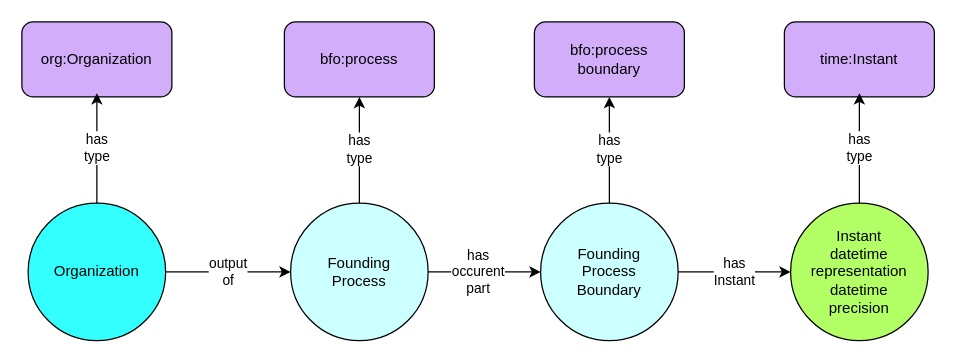
Earlier version of the draw.io diagram docs/img/general-time-pattern.drawio (mconlon17/organization-ontology). Source tidied: cells renumbered, new cells numbered last; positions are measured from the earlier drawing's top-left corner, leaving out a move shared by most shapes. Both pictures are drawn from the tidied source at 125%, with x=0, y=0 at pixel (21, 21).
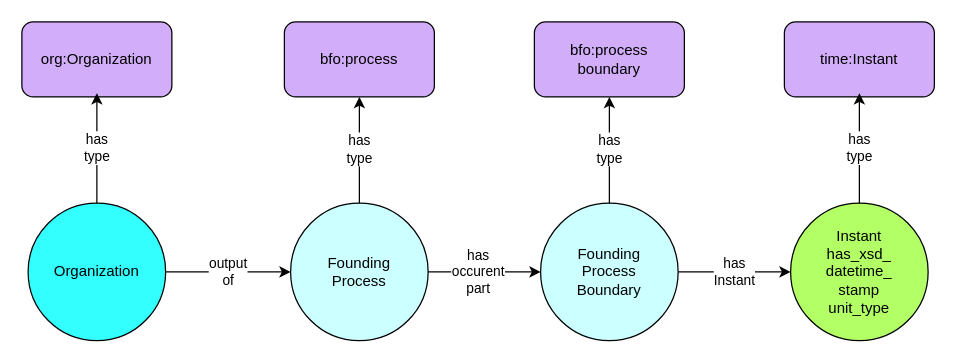
Above is the later version.

The edit, as a diff of the source:
```diff
@@
 <mxGraphModel background="#ffffff">
   <root>
     <mxCell id="0" />
     <mxCell id="1" parent="0" />
     <mxCell id="2" value="bfo:process" style="rounded=1;whiteSpace=wrap;html=1;fillColor=#d2adf9;" parent="1" vertex="1">
       <mxGeometry x="210" width="120" height="60" as="geometry" />
     </mxCell>
     <mxCell id="3" value="&lt;div&gt;bfo:process&lt;/div&gt;&lt;div&gt; boundary&lt;/div&gt;" style="rounded=1;whiteSpace=wrap;html=1;fillColor=#d2adf9;" parent="1" vertex="1">
       <mxGeometry x="410" width="120" height="60" as="geometry" />
     </mxCell>
     <mxCell id="4" value="&lt;div&gt;time:Instant&lt;br&gt;&lt;/div&gt;" style="rounded=1;whiteSpace=wrap;html=1;fillColor=#d2adf9;" parent="1" vertex="1">
       <mxGeometry x="610" width="120" height="60" as="geometry" />
     </mxCell>
     <mxCell id="5" value="Organization" style="ellipse;whiteSpace=wrap;html=1;fillColor=#33FFFF;" parent="1" vertex="1">
       <mxGeometry x="5" y="145" width="110" height="110" as="geometry" />
     </mxCell>
     <mxCell id="6" value="org:Organization" style="rounded=1;whiteSpace=wrap;html=1;fillColor=#d2adf9;" parent="1" vertex="1">
       <mxGeometry width="120" height="60" as="geometry" />
     </mxCell>
     <mxCell id="7" value="&lt;div&gt;Founding&lt;/div&gt;&lt;div&gt;Process&lt;br&gt;&lt;/div&gt;" style="ellipse;whiteSpace=wrap;html=1;fillColor=#CCFFFF;" parent="1" vertex="1">
       <mxGeometry x="215" y="145" width="110" height="110" as="geometry" />
     </mxCell>
     <mxCell id="8" value="&lt;div&gt;Founding&lt;/div&gt;&lt;div&gt;Process&lt;/div&gt;&lt;div&gt;Boundary&lt;br&gt;&lt;/div&gt;" style="ellipse;whiteSpace=wrap;html=1;fillColor=#CCFFFF;" parent="1" vertex="1">
       <mxGeometry x="415" y="145" width="110" height="110" as="geometry" />
     </mxCell>
-    <mxCell id="9" value="&lt;div&gt;Instant&lt;/div&gt;&lt;div&gt;datetime representation&lt;/div&gt;&lt;div&gt;datetime&lt;/div&gt;&lt;div&gt;precision&lt;br&gt;&lt;/div&gt;" style="ellipse;whiteSpace=wrap;html=1;fillColor=#B3FF66;" parent="1" vertex="1">
+    <mxCell id="9" value="&lt;div&gt;Instant&lt;/div&gt;&lt;div&gt;has_xsd_&lt;/div&gt;&lt;div&gt;datetime_&lt;/div&gt;&lt;div&gt;stamp&lt;br&gt;&lt;/div&gt;&lt;div&gt;unit_type&lt;br&gt;&lt;/div&gt;" style="ellipse;whiteSpace=wrap;html=1;fillColor=#B3FF66;" parent="1" vertex="1">
       <mxGeometry x="615" y="145" width="110" height="110" as="geometry" />
     </mxCell>
     <mxCell id="10" value="&lt;div&gt;output&lt;/div&gt;&lt;div&gt;of&lt;br&gt;&lt;/div&gt;" style="endArrow=classic;html=1;exitX=1;exitY=0.5;exitDx=0;exitDy=0;entryX=0;entryY=0.5;entryDx=0;entryDy=0;" parent="1" edge="1" source="5" target="7">
       <mxGeometry relative="1" as="geometry" />
     </mxCell>
     <mxCell id="11" style="endArrow=classic;html=1;exitX=1;exitY=0.5;exitDx=0;exitDy=0;entryX=0;entryY=0.5;entryDx=0;entryDy=0;" parent="1" edge="1" source="7" target="8">
       <mxGeometry relative="1" as="geometry" />
     </mxCell>
     <mxCell id="12" value="&lt;div&gt;has&lt;/div&gt;&lt;div&gt;occurent&lt;/div&gt;&lt;div&gt;part&lt;br&gt;&lt;/div&gt;" style="edgeLabel;html=1;align=center;verticalAlign=middle;" parent="11" vertex="1">
       <mxGeometry x="-0.13" y="1" relative="1" as="geometry" />
     </mxCell>
     <mxCell id="13" value="&lt;div&gt;has&lt;/div&gt;&lt;div&gt;Instant&lt;br&gt;&lt;/div&gt;" style="endArrow=classic;html=1;exitX=1;exitY=0.5;exitDx=0;exitDy=0;entryX=0;entryY=0.5;entryDx=0;entryDy=0;" parent="1" edge="1" source="8" target="9">
       <mxGeometry relative="1" as="geometry" />
     </mxCell>
     <mxCell id="14" value="&lt;div&gt;has&lt;/div&gt;&lt;div&gt;type&lt;br&gt;&lt;/div&gt;" style="endArrow=classic;html=1;exitX=0.5;exitY=0;exitDx=0;exitDy=0;" parent="1" edge="1" source="5">
       <mxGeometry relative="1" as="geometry">
         <mxPoint x="60" y="57" as="targetPoint" />
       </mxGeometry>
     </mxCell>
     <mxCell id="15" value="&lt;div&gt;has&lt;/div&gt;&lt;div&gt;type&lt;br&gt;&lt;/div&gt;" style="endArrow=classic;html=1;entryX=0.5;entryY=1;entryDx=0;entryDy=0;" parent="1" edge="1" source="7" target="2">
       <mxGeometry relative="1" as="geometry" />
     </mxCell>
     <mxCell id="16" value="&lt;div&gt;has&lt;/div&gt;&lt;div&gt;type&lt;br&gt;&lt;/div&gt;" style="endArrow=classic;html=1;exitX=0.5;exitY=0;exitDx=0;exitDy=0;entryX=0.5;entryY=1;entryDx=0;entryDy=0;" parent="1" edge="1" source="8" target="3">
       <mxGeometry relative="1" as="geometry" />
     </mxCell>
     <mxCell id="17" value="&lt;div&gt;has&lt;/div&gt;&lt;div&gt;type&lt;br&gt;&lt;/div&gt;" style="endArrow=classic;html=1;" parent="1" edge="1" source="9">
       <mxGeometry relative="1" as="geometry">
         <mxPoint x="670" y="57" as="targetPoint" />
       </mxGeometry>
     </mxCell>
   </root>
 </mxGraphModel>
```
